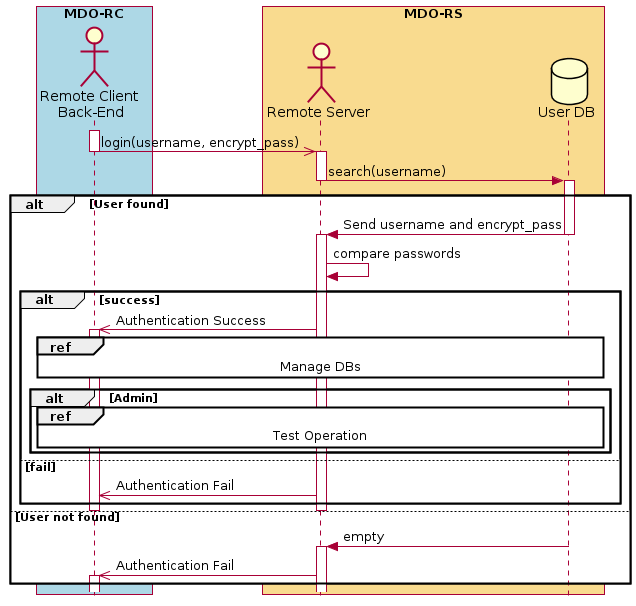
The PlantUML diagram Proj/report/img/seq-rs-authenticate.png in ElectroQuanta/MDO, before a commit.
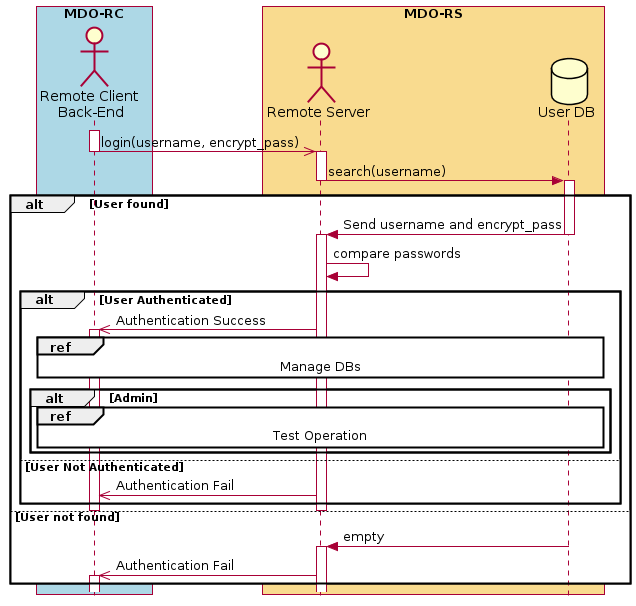
After the commit.

Commit message:
UPDT: seq diagram authentication

Diff of the diagram source:
```diff
@@ -23,14 +23,14 @@
   deactivate UserDB
   activate RS
   RS -> RS : compare passwords
-  alt success
+  alt User Authenticated
    RS ->> RC : Authentication Success
    activate RC
     ref over RC, RS, UserDB: Manage DBs
    alt Admin
     ref over RC, RS, UserDB: Test Operation
    end
-  else fail
+  else User Not Authenticated
    RS ->> RC : Authentication Fail
   end
   deactivate RS
```
